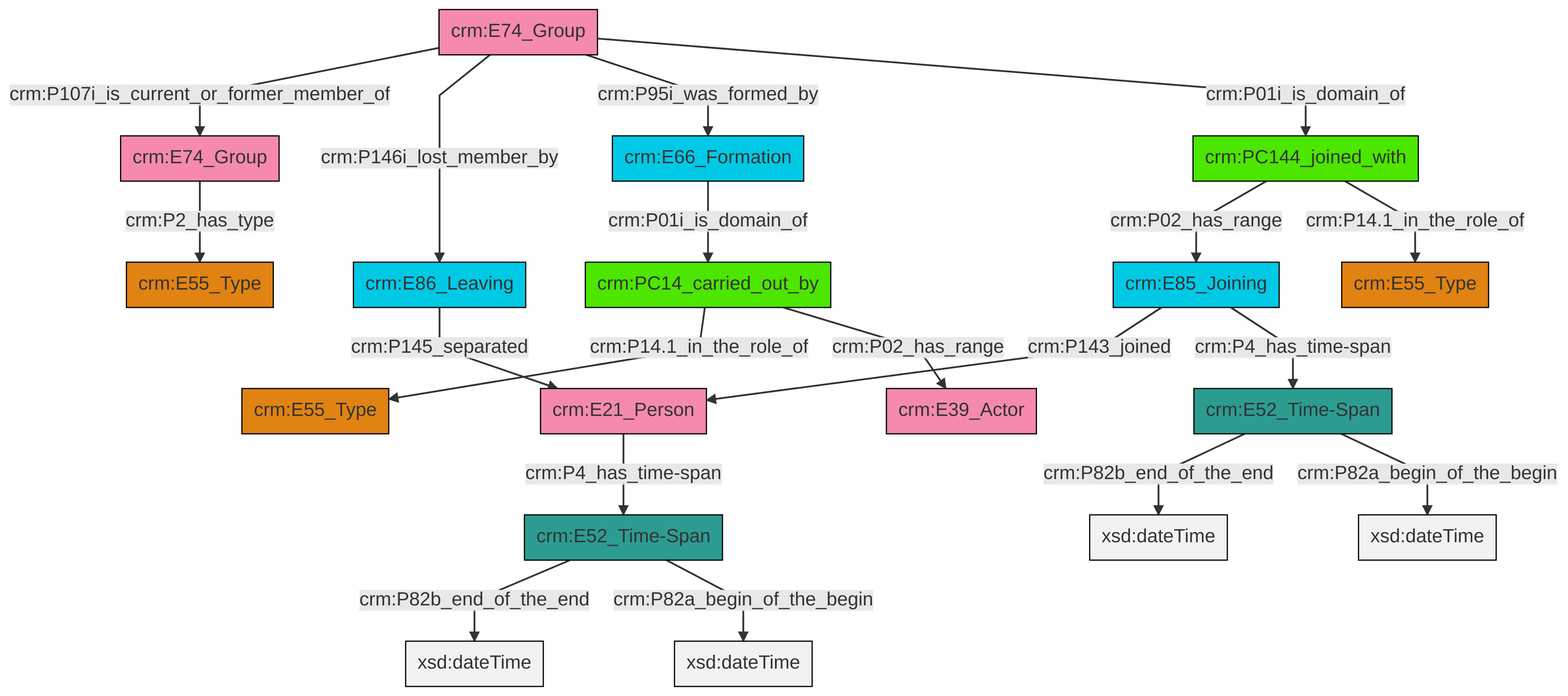
The Mermaid diagram et/groupCSV/ttl/mmd/png/group_actor_relations.png in swiss-art-research-net/reference-data-models, before a commit. Its source is kept beside it as et/groupCSV/ttl/mmd/group_actor_relations.ttl.mmd.
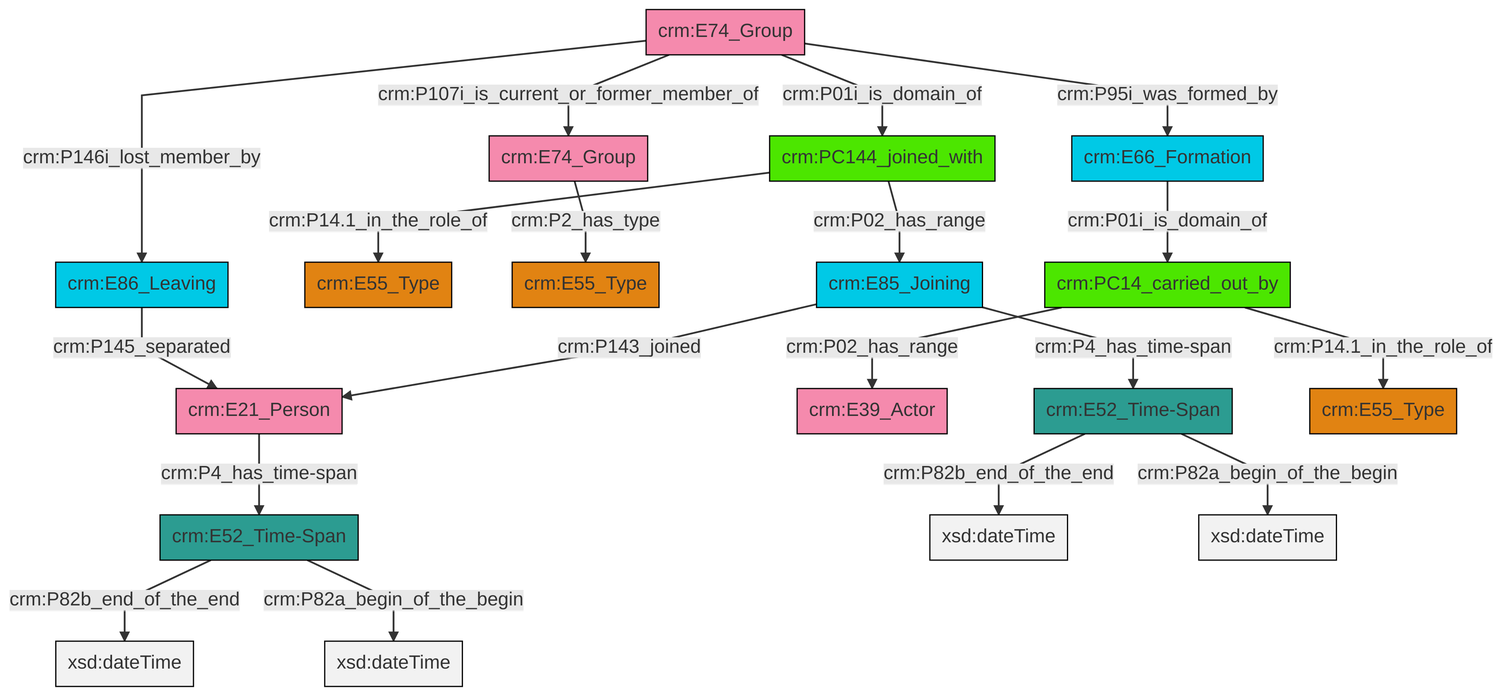
Above is the later version.

What changed in the source:
```diff
@@ -13,21 +13,21 @@
 classDef PC_Classes fill:#4ce600, stroke:#000000;
 classDef Multi fill:#cccccc,stroke:#000000;
 
-2["crm:E52_Time-Span"]:::Time-Span -->|crm:P82b_end_of_the_end| 3[xsd:dateTime]:::Literal
-0["crm:PC144_joined_with"]:::PC_Classes -->|crm:P02_has_range| 9["crm:E85_Joining"]:::Temporal_Entity
-10["crm:PC14_carried_out_by"]:::PC_Classes -->|crm:P14.1_in_the_role_of| 11["crm:E55_Type"]:::Type
-0["crm:PC144_joined_with"]:::PC_Classes -->|crm:P14.1_in_the_role_of| 14["crm:E55_Type"]:::Type
-19["crm:E74_Group"]:::Actor -->|crm:P107i_is_current_or_former_member_of| 4["crm:E74_Group"]:::Actor
-20["crm:E21_Person"]:::Actor -->|crm:P4_has_time-span| 7["crm:E52_Time-Span"]:::Time-Span
-19["crm:E74_Group"]:::Actor -->|crm:P146i_lost_member_by| 21["crm:E86_Leaving"]:::Temporal_Entity
-19["crm:E74_Group"]:::Actor -->|crm:P95i_was_formed_by| 12["crm:E66_Formation"]:::Temporal_Entity
-19["crm:E74_Group"]:::Actor -->|crm:P01i_is_domain_of| 0["crm:PC144_joined_with"]:::PC_Classes
-21["crm:E86_Leaving"]:::Temporal_Entity -->|crm:P145_separated| 20["crm:E21_Person"]:::Actor
-9["crm:E85_Joining"]:::Temporal_Entity -->|crm:P143_joined| 20["crm:E21_Person"]:::Actor
-7["crm:E52_Time-Span"]:::Time-Span -->|crm:P82b_end_of_the_end| 24[xsd:dateTime]:::Literal
-12["crm:E66_Formation"]:::Temporal_Entity -->|crm:P01i_is_domain_of| 10["crm:PC14_carried_out_by"]:::PC_Classes
-4["crm:E74_Group"]:::Actor -->|crm:P2_has_type| 17["crm:E55_Type"]:::Type
-7["crm:E52_Time-Span"]:::Time-Span -->|crm:P82a_begin_of_the_begin| 30[xsd:dateTime]:::Literal
-10["crm:PC14_carried_out_by"]:::PC_Classes -->|crm:P02_has_range| 31["crm:E39_Actor"]:::Actor
-9["crm:E85_Joining"]:::Temporal_Entity -->|crm:P4_has_time-span| 2["crm:E52_Time-Span"]:::Time-Span
-2["crm:E52_Time-Span"]:::Time-Span -->|crm:P82a_begin_of_the_begin| 33[xsd:dateTime]:::Literal
+0["crm:E85_Joining"]:::Temporal_Entity -->|crm:P4_has_time-span| 1["crm:E52_Time-Span"]:::Time-Span
+2["crm:PC144_joined_with"]:::PC_Classes -->|crm:P14.1_in_the_role_of| 3["crm:E55_Type"]:::Type
+6["crm:E52_Time-Span"]:::Time-Span -->|crm:P82b_end_of_the_end| 7[xsd:dateTime]:::Literal
+4["crm:E74_Group"]:::Actor -->|crm:P107i_is_current_or_former_member_of| 8["crm:E74_Group"]:::Actor
+0["crm:E85_Joining"]:::Temporal_Entity -->|crm:P143_joined| 11["crm:E21_Person"]:::Actor
+8["crm:E74_Group"]:::Actor -->|crm:P2_has_type| 12["crm:E55_Type"]:::Type
+13["crm:PC14_carried_out_by"]:::PC_Classes -->|crm:P02_has_range| 9["crm:E39_Actor"]:::Actor
+4["crm:E74_Group"]:::Actor -->|crm:P146i_lost_member_by| 14["crm:E86_Leaving"]:::Temporal_Entity
+1["crm:E52_Time-Span"]:::Time-Span -->|crm:P82b_end_of_the_end| 15[xsd:dateTime]:::Literal
+14["crm:E86_Leaving"]:::Temporal_Entity -->|crm:P145_separated| 11["crm:E21_Person"]:::Actor
+4["crm:E74_Group"]:::Actor -->|crm:P95i_was_formed_by| 20["crm:E66_Formation"]:::Temporal_Entity
+20["crm:E66_Formation"]:::Temporal_Entity -->|crm:P01i_is_domain_of| 13["crm:PC14_carried_out_by"]:::PC_Classes
+11["crm:E21_Person"]:::Actor -->|crm:P4_has_time-span| 6["crm:E52_Time-Span"]:::Time-Span
+6["crm:E52_Time-Span"]:::Time-Span -->|crm:P82a_begin_of_the_begin| 26[xsd:dateTime]:::Literal
+4["crm:E74_Group"]:::Actor -->|crm:P01i_is_domain_of| 2["crm:PC144_joined_with"]:::PC_Classes
+2["crm:PC144_joined_with"]:::PC_Classes -->|crm:P02_has_range| 0["crm:E85_Joining"]:::Temporal_Entity
+1["crm:E52_Time-Span"]:::Time-Span -->|crm:P82a_begin_of_the_begin| 31[xsd:dateTime]:::Literal
+13["crm:PC14_carried_out_by"]:::PC_Classes -->|crm:P14.1_in_the_role_of| 23["crm:E55_Type"]:::Type
```
